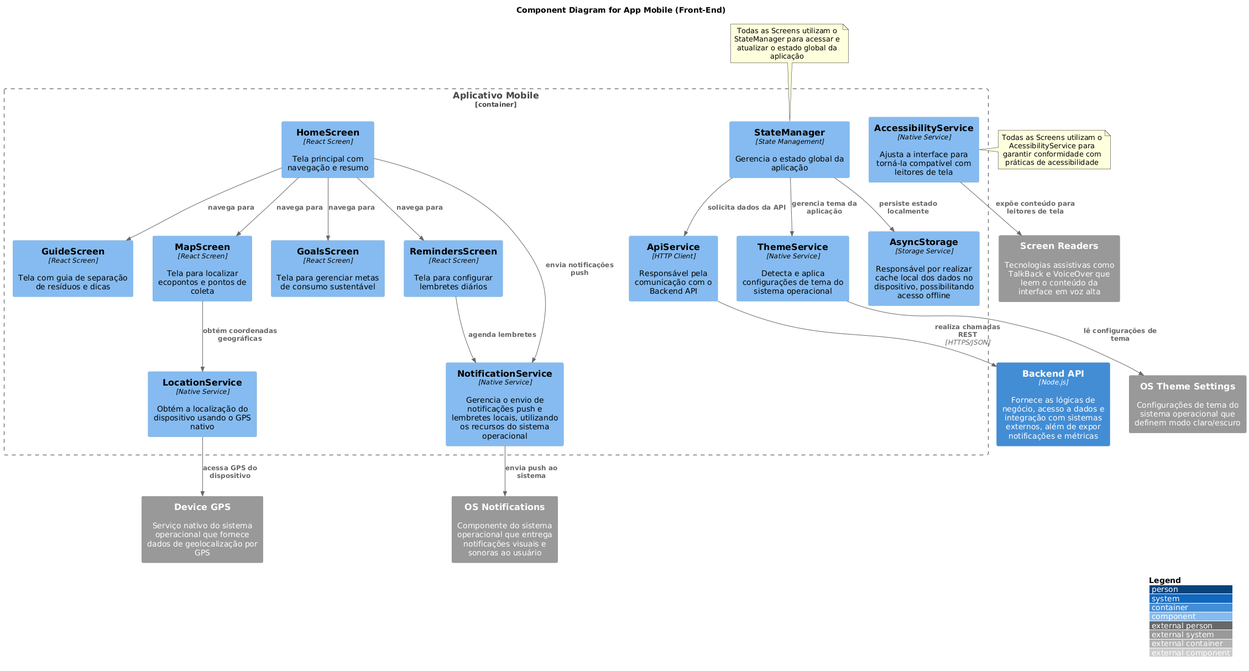
Earlier version of the PlantUML export trabalho_final/diagramas/imagens/frontend_components.png (gilmarUFG/as_es_20251_g9).
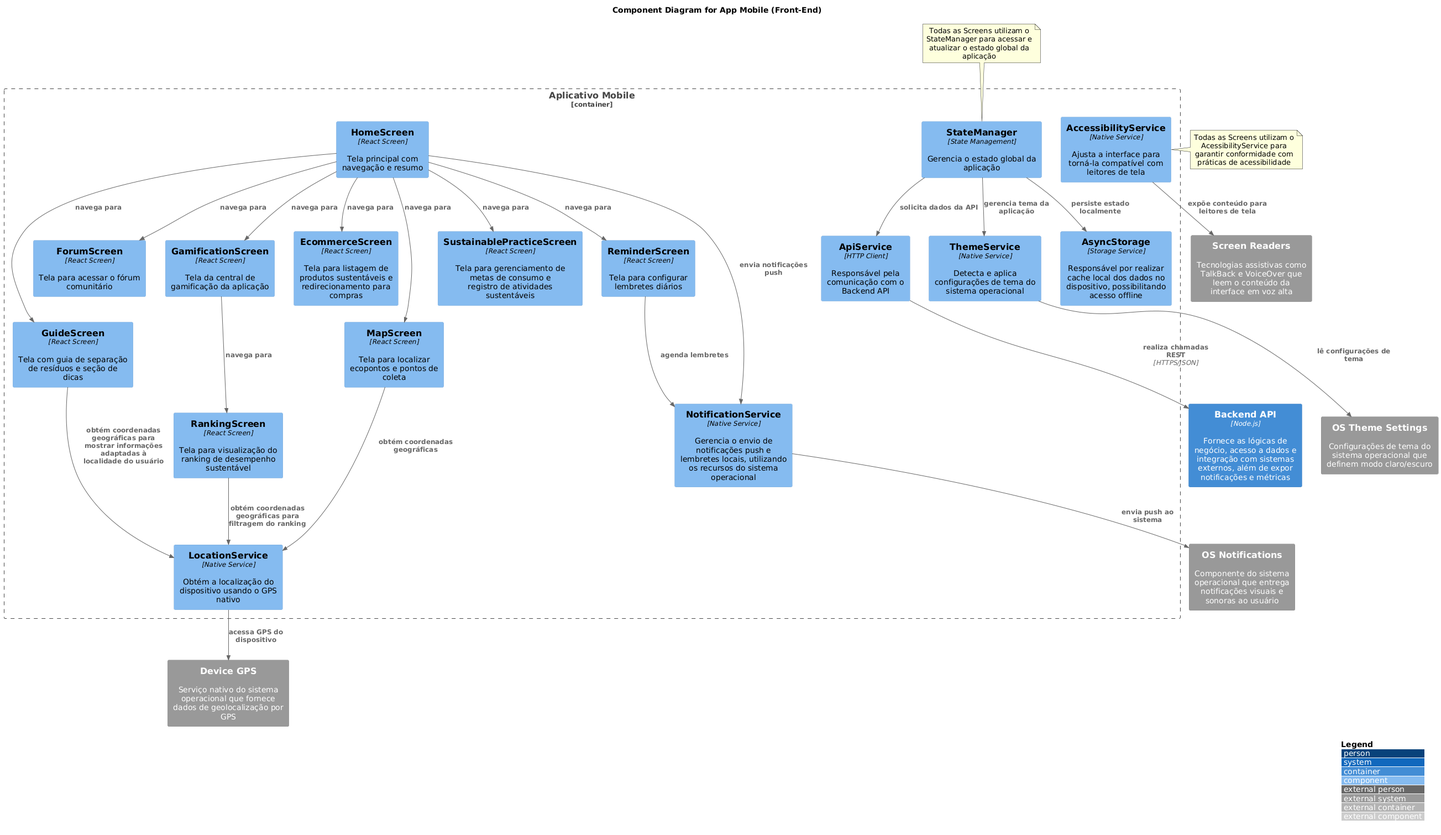
After the change.

Commit message:
Updated frontend components diagram and added new screens in the package diagram

Change to the diagram source:
```diff
@@ -8,10 +8,14 @@
 Container_Boundary(mobile, "Aplicativo Mobile") {
 
     Component(homeScreen, "HomeScreen", "React Screen", "Tela principal com navegação e resumo")
-    Component(goalsScreen, "GoalsScreen", "React Screen", "Tela para gerenciar metas de consumo sustentável")
-    Component(remindersScreen, "RemindersScreen", "React Screen", "Tela para configurar lembretes diários")
+    Component(practiceScreen, "SustainablePracticeScreen", "React Screen", "Tela para gerenciamento de metas de consumo e registro de atividades sustentáveis")
+    Component(remindersScreen, "ReminderScreen", "React Screen", "Tela para configurar lembretes diários")
     Component(mapScreen, "MapScreen", "React Screen", "Tela para localizar ecopontos e pontos de coleta")
-    Component(guideScreen, "GuideScreen", "React Screen", "Tela com guia de separação de resíduos e dicas")
+    Component(guideScreen, "GuideScreen", "React Screen", "Tela com guia de separação de resíduos e seção de dicas")
+    Component(forumScreen, "ForumScreen", "React Screen", "Tela para acessar o fórum comunitário")
+    Component(gamificationScreen, "GamificationScreen", "React Screen", "Tela da central de gamificação da aplicação")
+    Component(rankingScreen, "RankingScreen", "React Screen", "Tela para visualização do ranking de desempenho sustentável")
+    Component(ecommerceScreen, "EcommerceScreen", "React Screen", "Tela para listagem de produtos sustentáveis e redirecionamento para compras")
 
     Component(apiService, "ApiService", "HTTP Client", "Responsável pela comunicação com o Backend API")
     Component(gpsService, "LocationService", "Native Service", "Obtém a localização do dispositivo usando o GPS nativo")
@@ -28,10 +32,14 @@
 System_Ext(screenReaders, "Screen Readers", "Tecnologias assistivas como TalkBack e VoiceOver que leem o conteúdo da interface em voz alta")
 System_Ext(osThemeSettings, "OS Theme Settings", "Configurações de tema do sistema operacional que definem modo claro/escuro")
 
-Rel(homeScreen, goalsScreen, "navega para")
+Rel(homeScreen, practiceScreen, "navega para")
 Rel(homeScreen, remindersScreen, "navega para")
 Rel(homeScreen, mapScreen, "navega para")
 Rel(homeScreen, guideScreen, "navega para")
+Rel(homeScreen, forumScreen, "navega para")
+Rel(homeScreen, gamificationScreen, "navega para")
+Rel(gamificationScreen, rankingScreen, "navega para")
+Rel(homeScreen, ecommerceScreen, "navega para")
 
 Rel(stateManager, apiService, "solicita dados da API")
 Rel(stateManager, localStorage, "persiste estado localmente")
@@ -39,6 +47,8 @@
 Rel(stateManager, themeService, "gerencia tema da aplicação")
 
 Rel(mapScreen, gpsService, "obtém coordenadas geográficas")
+Rel(rankingScreen, gpsService, "obtém coordenadas geográficas para filtragem do ranking")
+Rel(guideScreen, gpsService, "obtém coordenadas geográficas para mostrar informações adaptadas à localidade do usuário")
 Rel(homeScreen, notificationService, "envia notificações push")
 Rel(remindersScreen, notificationService, "agenda lembretes")
 
```
